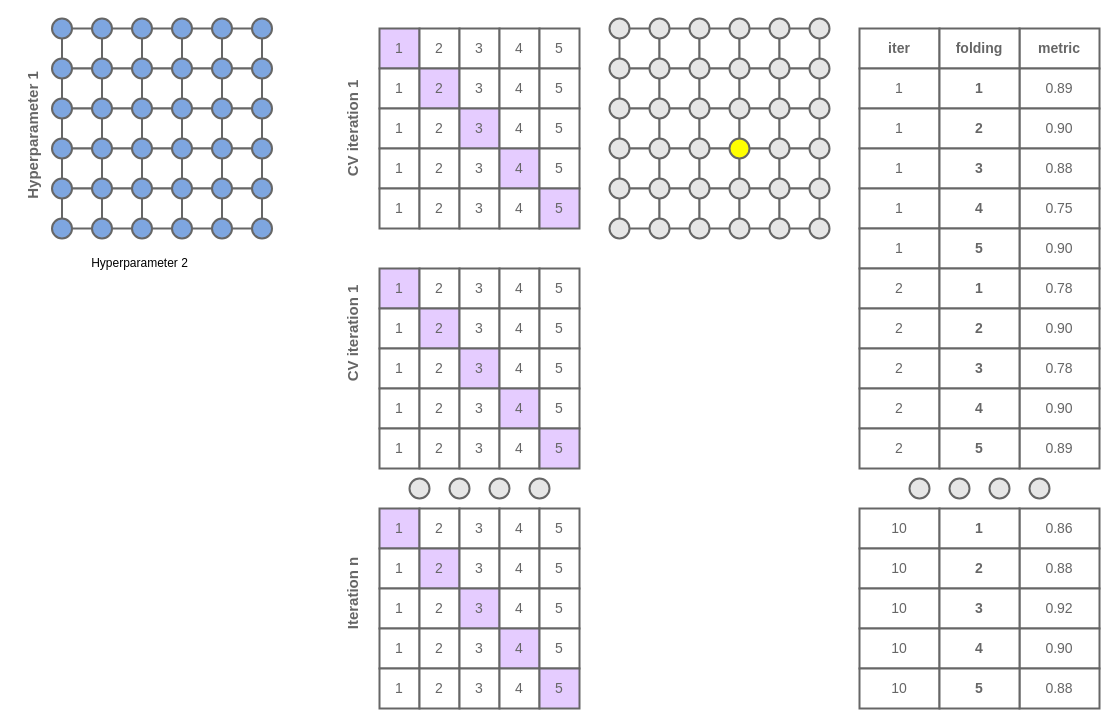
gomesluiz/long-lived-bug-bert-based-prediction keeps this draw.io diagram as figures/repeated-cross-validation-scheme.drawio. Above is the earlier version. Source tidied: cells renumbered, new cells numbered last; positions are measured from the earlier drawing's top-left corner, leaving out a move shared by most shapes. Both pictures are drawn from the tidied source at 100%, with x=0, y=0 at pixel (-33, 18).
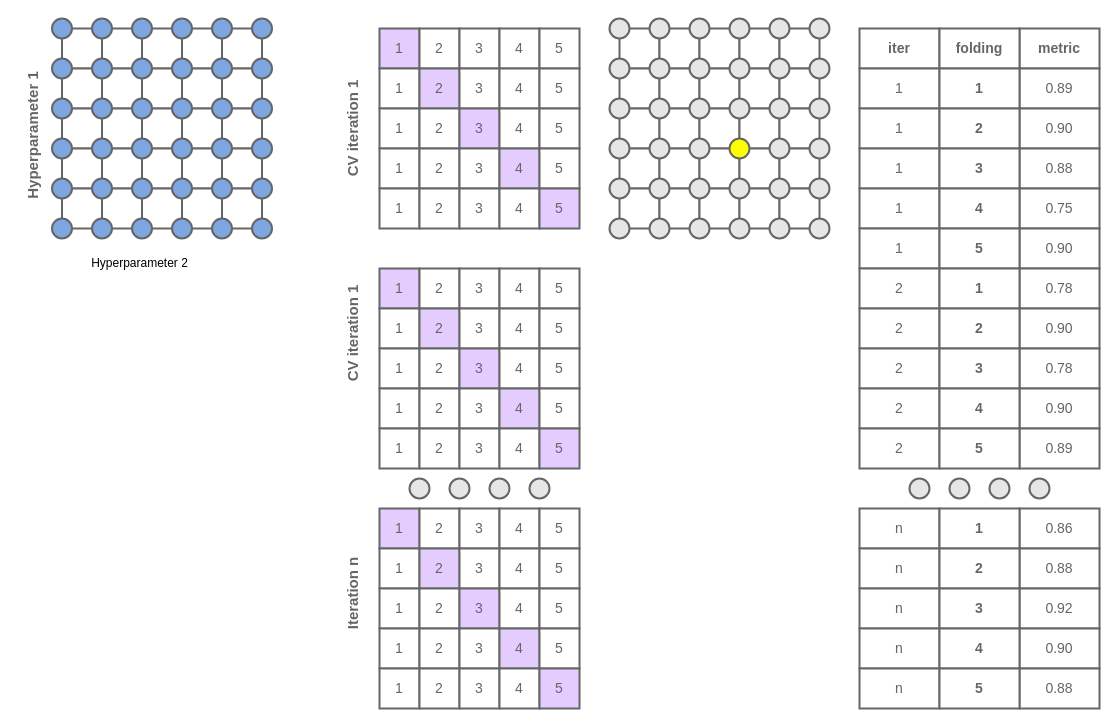
After the change.

Diff of the diagram source:
```diff
@@
-    <mxCell id="245" value="&lt;font color=&quot;#666666&quot;&gt;&lt;span style=&quot;font-size: 14px&quot;&gt;10&lt;/span&gt;&lt;/font&gt;" style="rounded=0;whiteSpace=wrap;html=1;strokeColor=#666666;fillColor=default;strokeWidth=2;" parent="1" vertex="1">
+    <mxCell id="245" value="&lt;font color=&quot;#666666&quot;&gt;&lt;span style=&quot;font-size: 14px&quot;&gt;n&lt;/span&gt;&lt;/font&gt;" style="rounded=0;whiteSpace=wrap;html=1;strokeColor=#666666;fillColor=default;strokeWidth=2;" parent="1" vertex="1">
       <mxGeometry x="892" y="490" width="80" height="40" as="geometry" />
     </mxCell>
@@
-    <mxCell id="247" value="&lt;font style=&quot;font-size: 14px&quot; color=&quot;#666666&quot;&gt;10&lt;/font&gt;" style="rounded=0;whiteSpace=wrap;html=1;strokeColor=#666666;fillColor=default;strokeWidth=2;" parent="1" vertex="1">
+    <mxCell id="247" value="&lt;font style=&quot;font-size: 14px&quot; color=&quot;#666666&quot;&gt;n&lt;/font&gt;" style="rounded=0;whiteSpace=wrap;html=1;strokeColor=#666666;fillColor=default;strokeWidth=2;" parent="1" vertex="1">
       <mxGeometry x="892" y="530" width="80" height="40" as="geometry" />
     </mxCell>
@@
-    <mxCell id="251" value="&lt;font style=&quot;font-size: 14px&quot; color=&quot;#666666&quot;&gt;10&lt;/font&gt;" style="rounded=0;whiteSpace=wrap;html=1;strokeColor=#666666;fillColor=default;strokeWidth=2;" parent="1" vertex="1">
+    <mxCell id="251" value="&lt;font style=&quot;font-size: 14px&quot; color=&quot;#666666&quot;&gt;n&lt;/font&gt;" style="rounded=0;whiteSpace=wrap;html=1;strokeColor=#666666;fillColor=default;strokeWidth=2;" parent="1" vertex="1">
       <mxGeometry x="892" y="570" width="80" height="40" as="geometry" />
     </mxCell>
@@
-    <mxCell id="253" value="&lt;font style=&quot;font-size: 14px&quot; color=&quot;#666666&quot;&gt;10&lt;/font&gt;" style="rounded=0;whiteSpace=wrap;html=1;strokeColor=#666666;fillColor=default;strokeWidth=2;" parent="1" vertex="1">
+    <mxCell id="253" value="&lt;font style=&quot;font-size: 14px&quot; color=&quot;#666666&quot;&gt;n&lt;/font&gt;" style="rounded=0;whiteSpace=wrap;html=1;strokeColor=#666666;fillColor=default;strokeWidth=2;" parent="1" vertex="1">
       <mxGeometry x="892" y="610" width="80" height="40" as="geometry" />
     </mxCell>
@@
-    <mxCell id="257" value="&lt;font style=&quot;font-size: 14px&quot; color=&quot;#666666&quot;&gt;10&lt;/font&gt;" style="rounded=0;whiteSpace=wrap;html=1;strokeColor=#666666;fillColor=default;strokeWidth=2;" parent="1" vertex="1">
+    <mxCell id="257" value="&lt;font style=&quot;font-size: 14px&quot; color=&quot;#666666&quot;&gt;n&lt;/font&gt;" style="rounded=0;whiteSpace=wrap;html=1;strokeColor=#666666;fillColor=default;strokeWidth=2;" parent="1" vertex="1">
       <mxGeometry x="892" y="650" width="80" height="40" as="geometry" />
     </mxCell>
```
